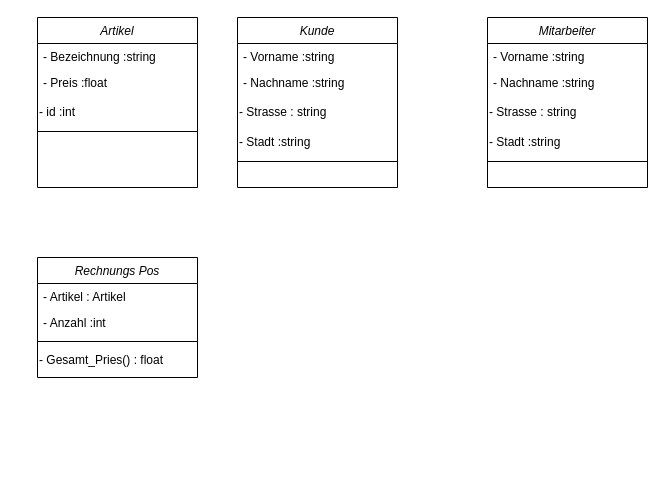
The draw.io diagram Classen diagram ihk.drawio in manuelbbq/draw.io, before the edit. Source tidied: cells renumbered, new cells numbered last; positions are measured from the earlier drawing's top-left corner, leaving out a move shared by most shapes. Both pictures are drawn from the tidied source at 100%, with x=0, y=0 at pixel (37, 17).
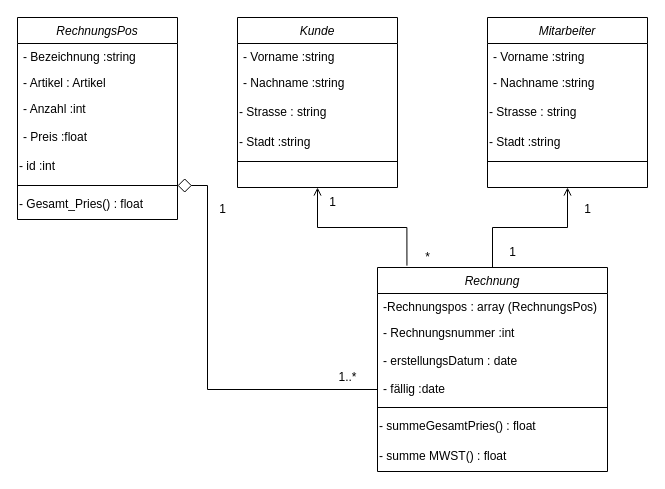
After the change.

The change refers to these unchanged cells:
```xml
<mxCell id="2" value="Kunde" style="swimlane;fontStyle=2;align=center;verticalAlign=top;horizontal=1;startSize=26;rounded=0;shadow=0;strokeWidth=1;" parent="1" vertex="1">
  <mxGeometry x="200" width="160" height="170" as="geometry" />
</mxCell>
<mxCell id="8" value="Mitarbeiter" style="swimlane;fontStyle=2;align=center;verticalAlign=top;horizontal=1;startSize=26;rounded=0;shadow=0;strokeWidth=1;" parent="1" vertex="1">
  <mxGeometry x="450" width="160" height="170" as="geometry" />
</mxCell>
```

Change to the diagram source:
```diff
@@
+    <mxCell id="24" style="edgeStyle=orthogonalEdgeStyle;rounded=0;jettySize=auto;html=1;entryX=0.128;entryY=-0.009;entryDx=0;entryDy=0;entryPerimeter=0;endArrow=none;endFill=0;startArrow=open;startFill=0;" parent="1" edge="1" source="2" target="26">
+      <mxGeometry relative="1" as="geometry" />
+    </mxCell>
@@
-    <mxCell id="14" value="Artikel" style="swimlane;fontStyle=2;align=center;verticalAlign=top;horizontal=1;startSize=26;rounded=0;shadow=0;strokeWidth=1;" parent="1" vertex="1">
-      <mxGeometry width="160" height="170" as="geometry" />
-    </mxCell>
+    <mxCell id="19" value="RechnungsPos" style="swimlane;fontStyle=2;align=center;verticalAlign=top;horizontal=1;startSize=26;rounded=0;shadow=0;strokeWidth=1;" parent="1" vertex="1">
+      <mxGeometry x="-20" width="160" height="202" as="geometry" />
+    </mxCell>
-    <mxCell id="15" value="- Bezeichnung :string" style="text;align=left;verticalAlign=top;spacingLeft=4;spacingRight=4;overflow=hidden;" parent="14" vertex="1">
+    <mxCell id="15" value="- Bezeichnung :string" style="text;align=left;verticalAlign=top;spacingLeft=4;spacingRight=4;overflow=hidden;" parent="19" vertex="1">
       <mxGeometry y="26" width="160" height="26" as="geometry" />
     </mxCell>
+    <mxCell id="20" value="- Artikel : Artikel" style="text;align=left;verticalAlign=top;spacingLeft=4;spacingRight=4;overflow=hidden;" parent="19" vertex="1">
+      <mxGeometry y="52" width="160" height="26" as="geometry" />
+    </mxCell>
+    <mxCell id="21" value="- Anzahl :int" style="text;align=left;verticalAlign=top;spacingLeft=4;spacingRight=4;overflow=hidden;rounded=0;shadow=0;html=0;" parent="19" vertex="1">
+      <mxGeometry y="78" width="160" height="28" as="geometry" />
+    </mxCell>
-    <mxCell id="16" value="- Preis :float&#10;" style="text;align=left;verticalAlign=top;spacingLeft=4;spacingRight=4;overflow=hidden;rounded=0;shadow=0;html=0;" parent="14" vertex="1">
-      <mxGeometry y="52" width="160" height="28" as="geometry" />
+    <mxCell id="16" value="- Preis :float&#10;" style="text;align=left;verticalAlign=top;spacingLeft=4;spacingRight=4;overflow=hidden;rounded=0;shadow=0;html=0;" parent="19" vertex="1">
+      <mxGeometry y="106" width="160" height="28" as="geometry" />
     </mxCell>
-    <mxCell id="17" value="- id :int" style="text;html=1;align=left;verticalAlign=middle;fillColor=none;strokeColor=none;rounded=0;" parent="14" vertex="1">
-      <mxGeometry y="80" width="160" height="30" as="geometry" />
+    <mxCell id="17" value="- id :int" style="text;html=1;align=left;verticalAlign=middle;fillColor=none;strokeColor=none;rounded=0;" parent="19" vertex="1">
+      <mxGeometry y="134" width="160" height="30" as="geometry" />
     </mxCell>
-    <mxCell id="18" style="line;html=1;strokeWidth=1;align=left;verticalAlign=middle;spacingTop=-1;spacingLeft=3;spacingRight=3;labelPosition=right;" parent="14" vertex="1">
-      <mxGeometry y="110" width="160" height="8" as="geometry" />
-    </mxCell>
-    <mxCell id="19" value="Rechnungs Pos" style="swimlane;fontStyle=2;align=center;verticalAlign=top;horizontal=1;startSize=26;rounded=0;shadow=0;strokeWidth=1;" parent="1" vertex="1">
-      <mxGeometry y="240" width="160" height="120" as="geometry" />
-    </mxCell>
-    <mxCell id="20" value="- Artikel : Artikel" style="text;align=left;verticalAlign=top;spacingLeft=4;spacingRight=4;overflow=hidden;" parent="19" vertex="1">
-      <mxGeometry y="26" width="160" height="26" as="geometry" />
-    </mxCell>
-    <mxCell id="21" value="- Anzahl :int" style="text;align=left;verticalAlign=top;spacingLeft=4;spacingRight=4;overflow=hidden;rounded=0;shadow=0;html=0;" parent="19" vertex="1">
-      <mxGeometry y="52" width="160" height="28" as="geometry" />
-    </mxCell>
     <mxCell id="22" style="line;html=1;strokeWidth=1;align=left;verticalAlign=middle;spacingTop=-1;spacingLeft=3;spacingRight=3;labelPosition=right;points=[];portConstraint=eastwest;" parent="19" vertex="1">
-      <mxGeometry y="80" width="160" height="8" as="geometry" />
+      <mxGeometry y="164" width="160" height="8" as="geometry" />
     </mxCell>
     <mxCell id="23" value="- Gesamt_Pries() : float" style="text;html=1;align=left;verticalAlign=middle;fillColor=none;strokeColor=none;rounded=0;" parent="19" vertex="1">
-      <mxGeometry y="88" width="160" height="30" as="geometry" />
+      <mxGeometry y="172" width="160" height="30" as="geometry" />
     </mxCell>
+    <mxCell id="25" style="edgeStyle=orthogonalEdgeStyle;rounded=0;jettySize=auto;html=1;startArrow=none;startFill=0;endArrow=open;endFill=0;entryX=0.5;entryY=1;entryDx=0;entryDy=0;" parent="1" edge="1" source="26" target="8">
+      <mxGeometry relative="1" as="geometry" />
+    </mxCell>
+    <mxCell id="26" value="Rechnung" style="swimlane;fontStyle=2;align=center;verticalAlign=top;horizontal=1;startSize=26;rounded=0;shadow=0;strokeWidth=1;" parent="1" vertex="1">
+      <mxGeometry x="340" y="250" width="230" height="204" as="geometry" />
+    </mxCell>
+    <mxCell id="27" value="-Rechnungspos : array (RechnungsPos)" style="text;align=left;verticalAlign=top;spacingLeft=4;spacingRight=4;overflow=hidden;" parent="26" vertex="1">
+      <mxGeometry y="26" width="230" height="26" as="geometry" />
+    </mxCell>
+    <mxCell id="28" value="- Rechnungsnummer :int" style="text;align=left;verticalAlign=top;spacingLeft=4;spacingRight=4;overflow=hidden;rounded=0;shadow=0;html=0;" parent="26" vertex="1">
+      <mxGeometry y="52" width="230" height="28" as="geometry" />
+    </mxCell>
+    <mxCell id="29" value="- erstellungsDatum : date" style="text;align=left;verticalAlign=top;spacingLeft=4;spacingRight=4;overflow=hidden;rounded=0;shadow=0;html=0;" parent="26" vertex="1">
+      <mxGeometry y="80" width="230" height="28" as="geometry" />
+    </mxCell>
+    <mxCell id="30" value="- fällig :date" style="text;align=left;verticalAlign=top;spacingLeft=4;spacingRight=4;overflow=hidden;points=[[0,0.5],[1,0.5]];portConstraint=eastwest;rounded=0;shadow=0;html=0;" parent="26" vertex="1">
+      <mxGeometry y="108" width="230" height="28" as="geometry" />
+    </mxCell>
+    <mxCell id="31" style="line;html=1;strokeWidth=1;align=left;verticalAlign=middle;spacingTop=-1;spacingLeft=3;spacingRight=3;labelPosition=right;" parent="26" vertex="1">
+      <mxGeometry y="136" width="230" height="8" as="geometry" />
+    </mxCell>
+    <mxCell id="32" value="- summeGesamtPries() : float" style="text;html=1;align=left;verticalAlign=middle;fillColor=none;strokeColor=none;rounded=0;" parent="26" vertex="1">
+      <mxGeometry y="144" width="230" height="30" as="geometry" />
+    </mxCell>
+    <mxCell id="33" value="- summe MWST() : float" style="text;html=1;align=left;verticalAlign=middle;fillColor=none;strokeColor=none;rounded=0;" parent="26" vertex="1">
+      <mxGeometry y="174" width="230" height="30" as="geometry" />
+    </mxCell>
+    <mxCell id="34" style="edgeStyle=orthogonalEdgeStyle;rounded=0;jettySize=auto;html=1;startArrow=diamond;startFill=0;endArrow=none;endFill=0;startSize=12;" parent="1" edge="1" source="22" target="30">
+      <mxGeometry relative="1" as="geometry">
+        <Array as="points">
+          <mxPoint x="170" y="168" />
+          <mxPoint x="170" y="372" />
+        </Array>
+      </mxGeometry>
+    </mxCell>
+    <mxCell id="35" value="1..*" style="text;html=1;align=center;verticalAlign=middle;fillColor=none;strokeColor=none;rounded=0;" parent="1" vertex="1">
+      <mxGeometry x="290" y="345" width="40" height="30" as="geometry" />
+    </mxCell>
+    <mxCell id="36" value="1" style="text;html=1;align=center;verticalAlign=middle;fillColor=none;strokeColor=none;rounded=0;" parent="1" vertex="1">
+      <mxGeometry x="280" y="170" width="30" height="30" as="geometry" />
+    </mxCell>
+    <mxCell id="37" value="*" style="text;html=1;align=center;verticalAlign=middle;fillColor=none;strokeColor=none;rounded=0;" parent="1" vertex="1">
+      <mxGeometry x="375" y="225" width="30" height="30" as="geometry" />
+    </mxCell>
+    <mxCell id="38" value="1" style="text;html=1;align=center;verticalAlign=middle;fillColor=none;strokeColor=none;rounded=0;" parent="1" vertex="1">
+      <mxGeometry x="535" y="177" width="30" height="30" as="geometry" />
+    </mxCell>
+    <mxCell id="39" value="1" style="text;html=1;align=center;verticalAlign=middle;fillColor=none;strokeColor=none;rounded=0;" parent="1" vertex="1">
+      <mxGeometry x="460" y="220" width="30" height="30" as="geometry" />
+    </mxCell>
+    <mxCell id="40" value="1" style="text;html=1;align=center;verticalAlign=middle;fillColor=none;strokeColor=none;rounded=0;" parent="1" vertex="1">
+      <mxGeometry x="170" y="177" width="30" height="30" as="geometry" />
+    </mxCell>
```
